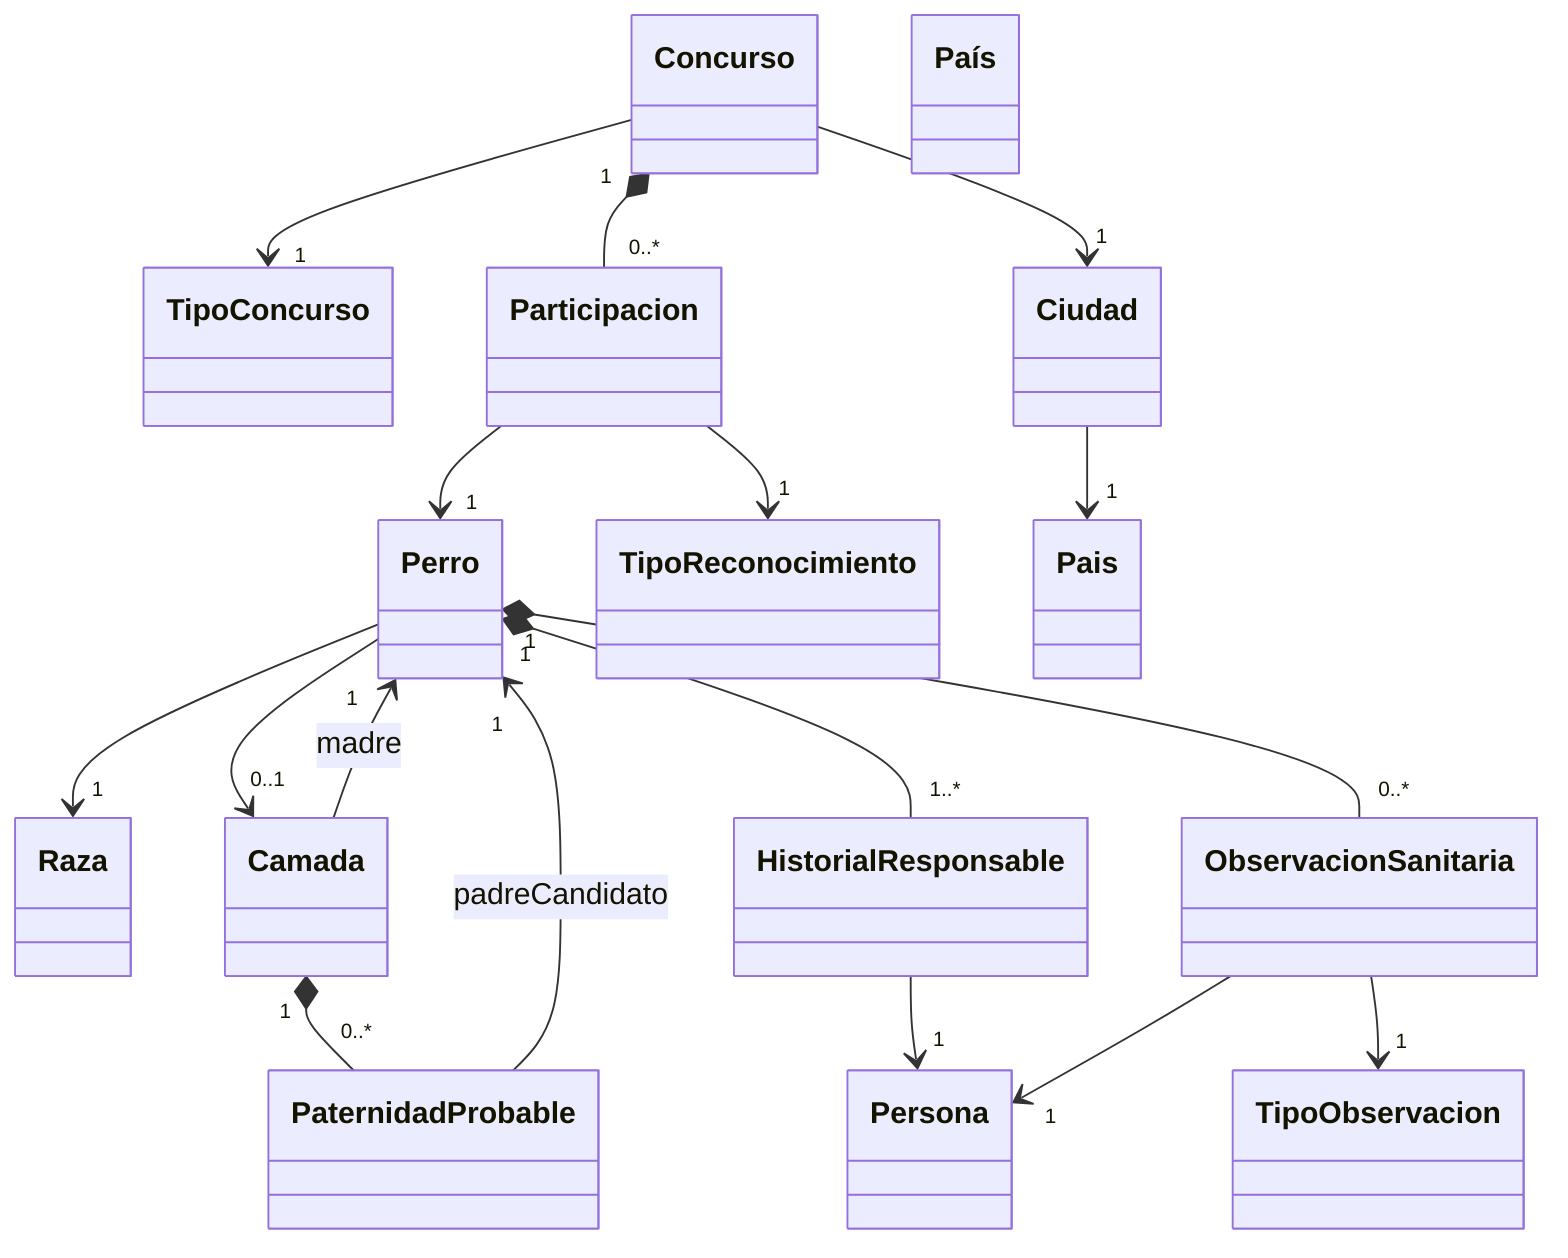
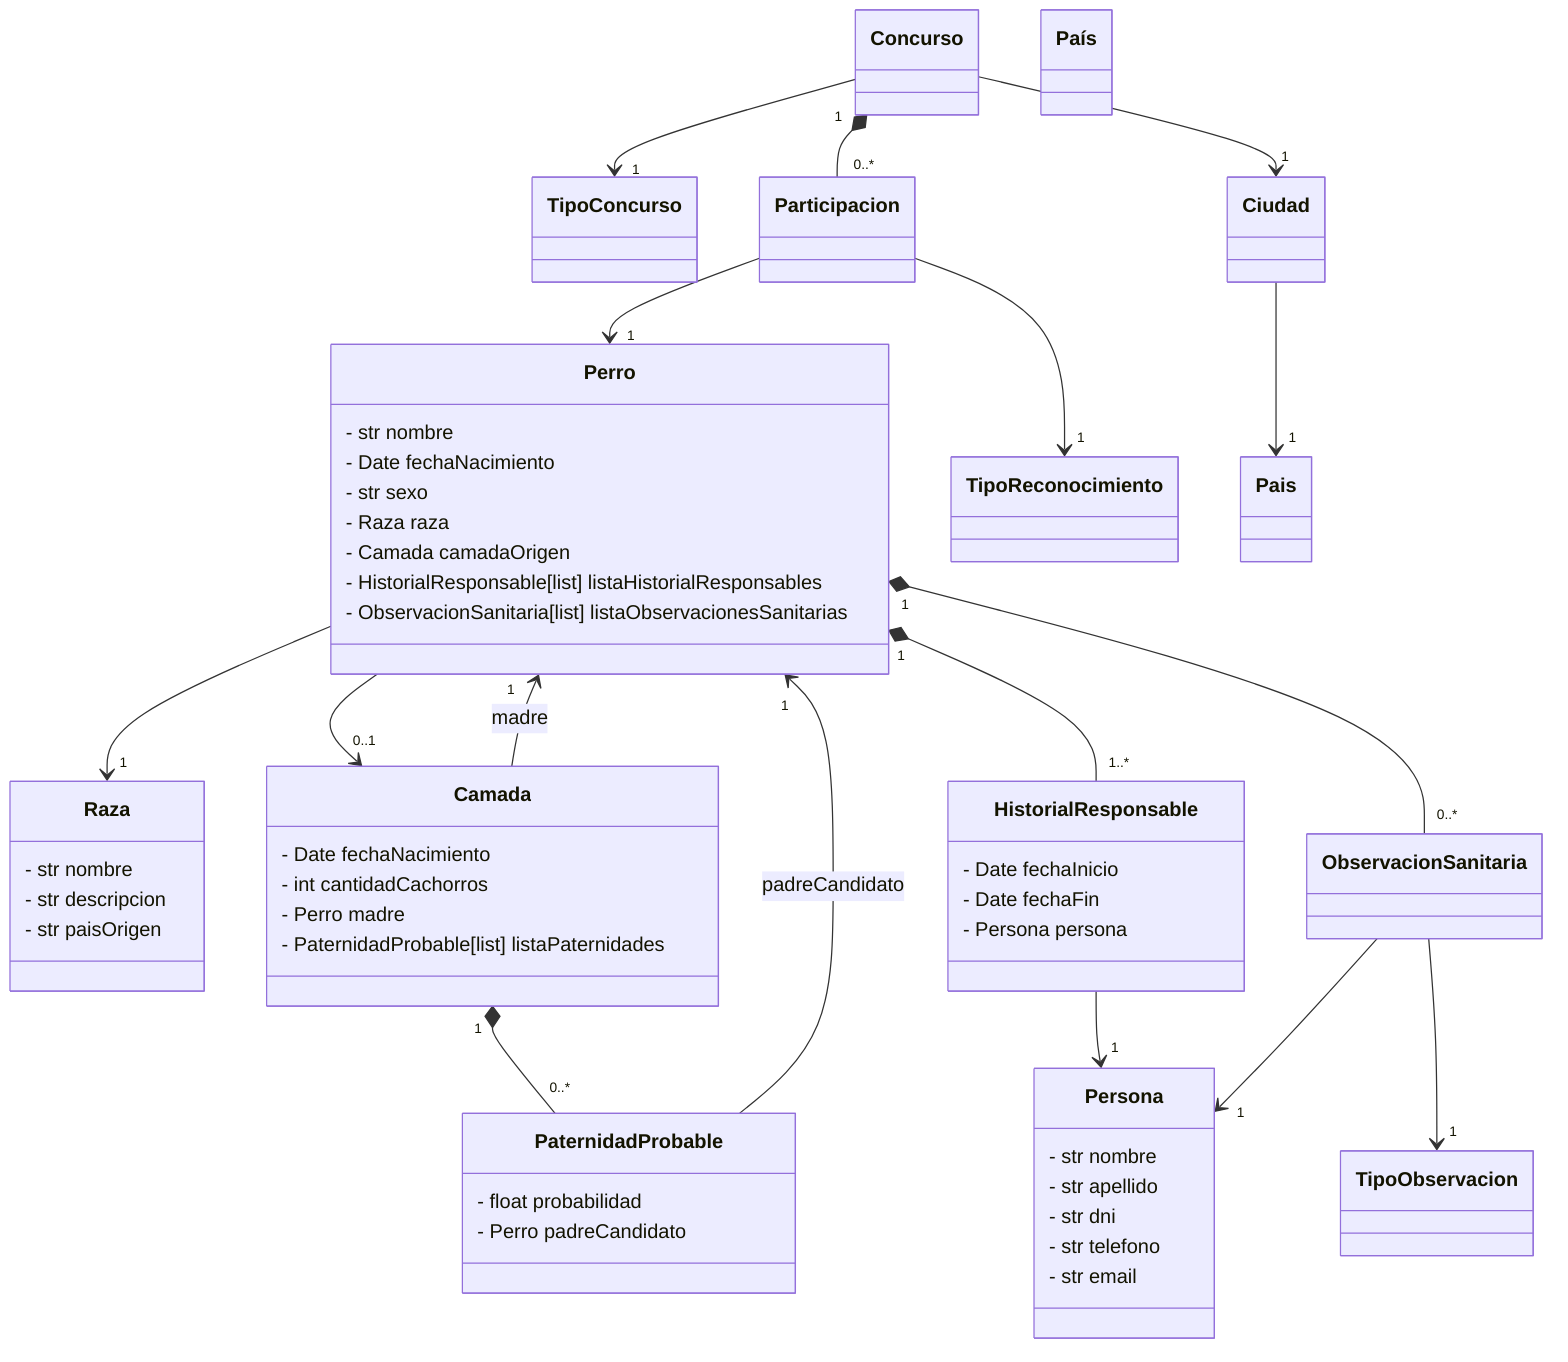
classDiagram

    class Perro {
- 
+         - str nombre
+         - Date fechaNacimiento
+         - str sexo
+         - Raza raza
+         - Camada camadaOrigen
+         - HistorialResponsable[list] listaHistorialResponsables
+         - ObservacionSanitaria[list] listaObservacionesSanitarias
    }

    class Raza {
- 
+         - str nombre
+         - str descripcion
+         - str paisOrigen
    }

    class Camada {
- 
+         - Date fechaNacimiento
+         - int cantidadCachorros
+         - Perro madre
+         - PaternidadProbable[list] listaPaternidades
    }

    class PaternidadProbable {
- 
+         - float probabilidad
+         - Perro padreCandidato
    }

    class HistorialResponsable {
- 
+         - Date fechaInicio
+         - Date fechaFin
+         - Persona persona
    }

    class Persona {
- 
+         - str nombre
+         - str apellido
+         - str dni
+         - str telefono
+         - str email
    }

    class Concurso {

    }

    class TipoConcurso {

    }

    class Participacion {

    }

    class TipoReconocimiento {

    }

    class Ciudad {

    }

    class País {

    }

    class ObservacionSanitaria {

    }

    class TipoObservacion {

    }

    Perro --> "1" Raza
    Perro --> "0..1" Camada
    Camada --> "1" Perro : madre
    Camada "1" *-- "0..*" PaternidadProbable
    PaternidadProbable --> "1" Perro : padreCandidato
    Perro "1" *-- "1..*" HistorialResponsable
    HistorialResponsable --> "1" Persona
    Concurso --> "1" TipoConcurso
    Concurso --> "1" Ciudad
    Ciudad --> "1" Pais
    Concurso "1" *-- "0..*" Participacion
    Participacion --> "1" Perro
    Participacion --> "1" TipoReconocimiento
    Perro "1" *-- "0..*" ObservacionSanitaria
    ObservacionSanitaria --> "1" TipoObservacion
    ObservacionSanitaria --> "1" Persona